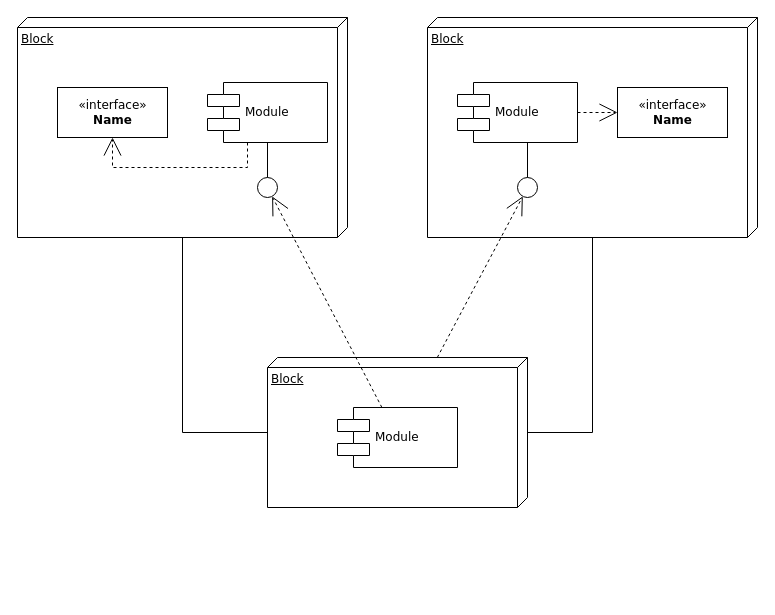
This is diagrams/Untitled Diagram.drawio from givethemheller/platform-diagrams, a draw.io file, before an edit. Source tidied: cells renumbered, new cells numbered last; positions are measured from the earlier drawing's top-left corner, leaving out a move shared by most shapes. Both pictures are drawn from the tidied source at 100%, with x=0, y=0 at pixel (17, 17).
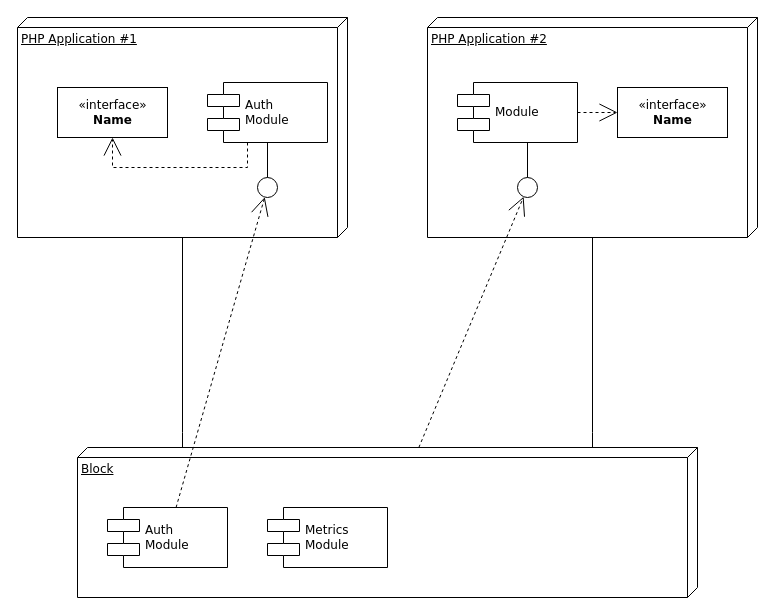
Above is the later version.

The edit, as a diff of the source:
```diff
@@
-    <mxCell id="2" value="Block" style="verticalAlign=top;align=left;spacingTop=8;spacingLeft=2;spacingRight=12;shape=cube;size=10;direction=south;fontStyle=4;html=1;rounded=0;shadow=0;comic=0;labelBackgroundColor=none;strokeWidth=1;fontFamily=Verdana;fontSize=12;" parent="1" vertex="1">
+    <mxCell id="2" value="PHP Application #1" style="verticalAlign=top;align=left;spacingTop=8;spacingLeft=2;spacingRight=12;shape=cube;size=10;direction=south;fontStyle=4;html=1;rounded=0;shadow=0;comic=0;labelBackgroundColor=none;strokeWidth=1;fontFamily=Verdana;fontSize=12;" parent="1" vertex="1">
       <mxGeometry width="330" height="220" as="geometry" />
     </mxCell>
-    <mxCell id="3" value="Block" style="verticalAlign=top;align=left;spacingTop=8;spacingLeft=2;spacingRight=12;shape=cube;size=10;direction=south;fontStyle=4;html=1;rounded=0;shadow=0;comic=0;labelBackgroundColor=none;strokeWidth=1;fontFamily=Verdana;fontSize=12;" parent="1" vertex="1">
+    <mxCell id="3" value="PHP Application #2" style="verticalAlign=top;align=left;spacingTop=8;spacingLeft=2;spacingRight=12;shape=cube;size=10;direction=south;fontStyle=4;html=1;rounded=0;shadow=0;comic=0;labelBackgroundColor=none;strokeWidth=1;fontFamily=Verdana;fontSize=12;" parent="1" vertex="1">
       <mxGeometry x="410" width="330" height="220" as="geometry" />
     </mxCell>
     <mxCell id="4" value="Block" style="verticalAlign=top;align=left;spacingTop=8;spacingLeft=2;spacingRight=12;shape=cube;size=10;direction=south;fontStyle=4;html=1;rounded=0;shadow=0;comic=0;labelBackgroundColor=none;strokeWidth=1;fontFamily=Verdana;fontSize=12;" parent="1" vertex="1">
-      <mxGeometry x="250" y="340" width="260" height="150" as="geometry" />
+      <mxGeometry x="60" y="430" width="620" height="150" as="geometry" />
     </mxCell>
@@
-    <mxCell id="6" value="Module" style="shape=component;align=left;spacingLeft=36;rounded=0;shadow=0;comic=0;labelBackgroundColor=none;strokeWidth=1;fontFamily=Verdana;fontSize=12;html=1;" parent="1" vertex="1">
+    <mxCell id="6" value="Auth&lt;br&gt;Module" style="shape=component;align=left;spacingLeft=36;rounded=0;shadow=0;comic=0;labelBackgroundColor=none;strokeWidth=1;fontFamily=Verdana;fontSize=12;html=1;" parent="1" vertex="1">
       <mxGeometry x="190" y="65" width="120" height="60" as="geometry" />
     </mxCell>
@@
-    <mxCell id="11" value="Module" style="shape=component;align=left;spacingLeft=36;rounded=0;shadow=0;comic=0;labelBackgroundColor=none;strokeWidth=1;fontFamily=Verdana;fontSize=12;html=1;" parent="1" vertex="1">
-      <mxGeometry x="320" y="390" width="120" height="60" as="geometry" />
+    <mxCell id="11" value="Auth&lt;br&gt;Module" style="shape=component;align=left;spacingLeft=36;rounded=0;shadow=0;comic=0;labelBackgroundColor=none;strokeWidth=1;fontFamily=Verdana;fontSize=12;html=1;" parent="1" vertex="1">
+      <mxGeometry x="90" y="490" width="120" height="60" as="geometry" />
     </mxCell>
@@
+    <mxCell id="20" value="Metrics&lt;br&gt;Module" style="shape=component;align=left;spacingLeft=36;rounded=0;shadow=0;comic=0;labelBackgroundColor=none;strokeWidth=1;fontFamily=Verdana;fontSize=12;html=1;" parent="1" vertex="1">
+      <mxGeometry x="250" y="490" width="120" height="60" as="geometry" />
+    </mxCell>
```
